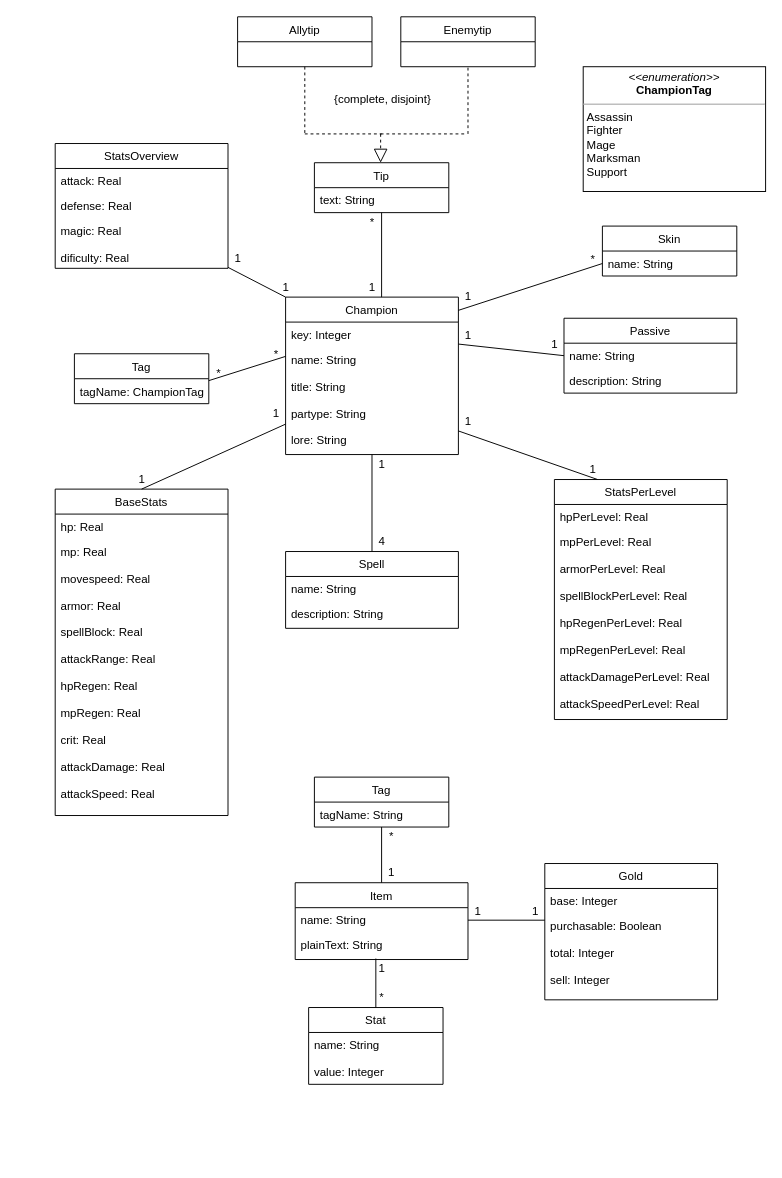
This is docs/UML.drawio from MiNeves00/PRI2021, a draw.io file, before an edit. Source tidied: cells renumbered, new cells numbered last; positions are measured from the earlier drawing's top-left corner, leaving out a move shared by most shapes. Both pictures are drawn from the tidied source at 96%, with x=0, y=0 at pixel (55, 16).
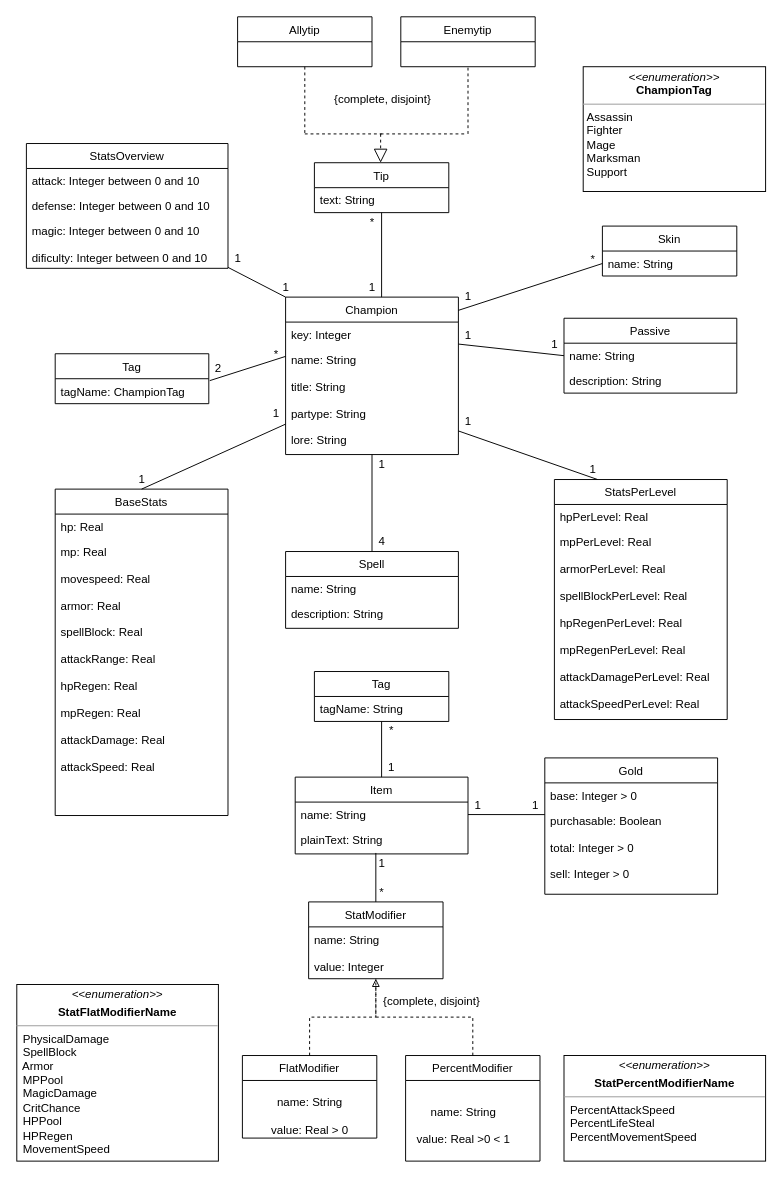
After the change.

Commit message (it also covers changes not shown here):
Improved Pipeline and UML

Unchanged cells that the change refers to:
```xml
<mxCell id="4" value="name: String&#10;&#10;title: String&#10;&#10;partype: String&#10;&#10;lore: String&#10;&#10;" style="text;strokeColor=none;fillColor=none;align=left;verticalAlign=top;spacingLeft=4;spacingRight=4;overflow=hidden;points=[[0,0.5],[1,0.5]];portConstraint=eastwest;" parent="2" vertex="1">
  <mxGeometry y="52" width="180" height="112" as="geometry" />
</mxCell>
<mxCell id="22" value="BaseStats" style="swimlane;fontStyle=0;horizontal=1;startSize=26;fillColor=none;" parent="1" vertex="1">
  <mxGeometry y="492" width="180" height="340" as="geometry" />
</mxCell>
```

What changed in the source:
```diff
@@
     <mxCell id="7" value="Tag" style="swimlane;fontStyle=0;horizontal=1;startSize=26;fillColor=none;" parent="1" vertex="1">
-      <mxGeometry x="20" y="351" width="140" height="52" as="geometry" />
+      <mxGeometry y="351" width="160" height="52" as="geometry" />
     </mxCell>
     <mxCell id="8" value="tagName: ChampionTag" style="text;strokeColor=none;fillColor=none;align=left;verticalAlign=top;spacingLeft=4;spacingRight=4;overflow=hidden;" parent="7" vertex="1">
-      <mxGeometry y="26" width="140" height="26" as="geometry" />
+      <mxGeometry y="26" width="160" height="26" as="geometry" />
     </mxCell>
@@
-    <mxCell id="10" style="endArrow=none;html=1;rounded=0;exitX=0;exitY=0.85;exitDx=0;exitDy=0;exitPerimeter=0;entryX=0;entryY=0.087;entryDx=0;entryDy=0;entryPerimeter=0;" parent="1" edge="1" source="11" target="4">
-      <mxGeometry relative="1" as="geometry" />
+    <mxCell id="10" style="endArrow=none;html=1;rounded=0;exitX=0;exitY=0.85;exitDx=0;exitDy=0;exitPerimeter=0;entryX=0;entryY=0.087;entryDx=0;entryDy=0;entryPerimeter=0;" parent="1" edge="1" target="4">
+      <mxGeometry relative="1" as="geometry">
+        <mxPoint x="161" y="379" as="sourcePoint" />
+      </mxGeometry>
     </mxCell>
-    <mxCell id="11" value="*" style="text;html=1;align=center;verticalAlign=middle;points=[];strokeColor=none;fillColor=none;" parent="1" vertex="1">
-      <mxGeometry x="160" y="362" width="20" height="20" as="geometry" />
-    </mxCell>
@@
     <mxCell id="15" value="StatsOverview" style="swimlane;fontStyle=0;horizontal=1;startSize=26;fillColor=none;" parent="1" vertex="1">
-      <mxGeometry y="132" width="180" height="130" as="geometry" />
+      <mxGeometry x="-30" y="132" width="210" height="130" as="geometry" />
     </mxCell>
-    <mxCell id="16" value="attack: Real" style="text;strokeColor=none;fillColor=none;align=left;verticalAlign=top;spacingLeft=4;spacingRight=4;overflow=hidden;" parent="15" vertex="1">
-      <mxGeometry y="26" width="180" height="26" as="geometry" />
+    <mxCell id="16" value="attack: Integer between 0 and 10" style="text;strokeColor=none;fillColor=none;align=left;verticalAlign=top;spacingLeft=4;spacingRight=4;overflow=hidden;" parent="15" vertex="1">
+      <mxGeometry y="26" width="210" height="26" as="geometry" />
     </mxCell>
-    <mxCell id="17" value="defense: Real" style="text;strokeColor=none;fillColor=none;align=left;verticalAlign=top;spacingLeft=4;spacingRight=4;overflow=hidden;" parent="15" vertex="1">
-      <mxGeometry y="52" width="180" height="26" as="geometry" />
+    <mxCell id="17" value="defense: Integer between 0 and 10" style="text;strokeColor=none;fillColor=none;align=left;verticalAlign=top;spacingLeft=4;spacingRight=4;overflow=hidden;" parent="15" vertex="1">
+      <mxGeometry y="52" width="210" height="26" as="geometry" />
     </mxCell>
-    <mxCell id="18" value="magic: Real&#10;&#10;dificulty: Real&#10;&#10;" style="text;strokeColor=none;fillColor=none;align=left;verticalAlign=top;spacingLeft=4;spacingRight=4;overflow=hidden;points=[[0,0.5],[1,0.5]];portConstraint=eastwest;" parent="15" vertex="1">
-      <mxGeometry y="78" width="180" height="52" as="geometry" />
+    <mxCell id="18" value="magic: Integer between 0 and 10&#10;&#10;dificulty: Integer between 0 and 10&#10;&#10;" style="text;strokeColor=none;fillColor=none;align=left;verticalAlign=top;spacingLeft=4;spacingRight=4;overflow=hidden;points=[[0,0.5],[1,0.5]];portConstraint=eastwest;" parent="15" vertex="1">
+      <mxGeometry y="78" width="210" height="52" as="geometry" />
     </mxCell>
@@
-    <mxCell id="24" value="mp: Real&#10;&#10;movespeed: Real&#10;&#10;armor: Real&#10;&#10;spellBlock: Real&#10;&#10;attackRange: Real&#10;&#10;hpRegen: Real&#10;&#10;mpRegen: Real&#10;&#10;crit: Real&#10;&#10;attackDamage: Real&#10;&#10;attackSpeed: Real&#10;&#10;&#10;&#10;&#10;&#10;&#10;" style="text;strokeColor=none;fillColor=none;align=left;verticalAlign=top;spacingLeft=4;spacingRight=4;overflow=hidden;" parent="22" vertex="1">
+    <mxCell id="24" value="mp: Real&#10;&#10;movespeed: Real&#10;&#10;armor: Real&#10;&#10;spellBlock: Real&#10;&#10;attackRange: Real&#10;&#10;hpRegen: Real&#10;&#10;mpRegen: Real&#10;&#10;attackDamage: Real&#10;&#10;attackSpeed: Real&#10;&#10;&#10;&#10;&#10;&#10;&#10;" style="text;strokeColor=none;fillColor=none;align=left;verticalAlign=top;spacingLeft=4;spacingRight=4;overflow=hidden;" parent="22" vertex="1">
       <mxGeometry y="52" width="180" height="288" as="geometry" />
     </mxCell>
@@
     <mxCell id="33" value="Item" style="swimlane;fontStyle=0;horizontal=1;startSize=26;fillColor=none;" parent="1" vertex="1">
-      <mxGeometry x="250" y="902" width="180" height="80" as="geometry" />
+      <mxGeometry x="250" y="792" width="180" height="80" as="geometry" />
     </mxCell>
@@
     <mxCell id="42" value="Gold" style="swimlane;fontStyle=0;horizontal=1;startSize=26;fillColor=none;" parent="1" vertex="1">
-      <mxGeometry x="510" y="882" width="180" height="142" as="geometry" />
+      <mxGeometry x="510" y="772" width="180" height="142" as="geometry" />
     </mxCell>
-    <mxCell id="43" value="base: Integer" style="text;strokeColor=none;fillColor=none;align=left;verticalAlign=top;spacingLeft=4;spacingRight=4;overflow=hidden;" parent="42" vertex="1">
+    <mxCell id="43" value="base: Integer &gt; 0" style="text;strokeColor=none;fillColor=none;align=left;verticalAlign=top;spacingLeft=4;spacingRight=4;overflow=hidden;" parent="42" vertex="1">
       <mxGeometry y="26" width="180" height="26" as="geometry" />
     </mxCell>
-    <mxCell id="44" value="purchasable: Boolean&#10;&#10;total: Integer&#10;&#10;sell: Integer" style="text;strokeColor=none;fillColor=none;align=left;verticalAlign=top;spacingLeft=4;spacingRight=4;overflow=hidden;points=[[0,0.5],[1,0.5]];portConstraint=eastwest;" parent="42" vertex="1">
+    <mxCell id="44" value="purchasable: Boolean&#10;&#10;total: Integer &gt; 0&#10;&#10;sell: Integer &gt; 0" style="text;strokeColor=none;fillColor=none;align=left;verticalAlign=top;spacingLeft=4;spacingRight=4;overflow=hidden;points=[[0,0.5],[1,0.5]];portConstraint=eastwest;" parent="42" vertex="1">
       <mxGeometry y="52" width="180" height="88" as="geometry" />
     </mxCell>
@@
     <mxCell id="47" value="1" style="text;html=1;align=center;verticalAlign=middle;strokeColor=none;fillColor=none;" parent="1" vertex="1">
-      <mxGeometry x="430" y="922" width="20" height="20" as="geometry" />
+      <mxGeometry x="430" y="812" width="20" height="20" as="geometry" />
     </mxCell>
     <mxCell id="48" value="1" style="text;html=1;align=center;verticalAlign=middle;strokeColor=none;fillColor=none;" parent="1" vertex="1">
-      <mxGeometry x="490" y="922" width="20" height="20" as="geometry" />
+      <mxGeometry x="490" y="812" width="20" height="20" as="geometry" />
     </mxCell>
     <mxCell id="49" value="Tag" style="swimlane;fontStyle=0;horizontal=1;startSize=26;fillColor=none;" parent="1" vertex="1">
-      <mxGeometry x="270" y="792" width="140" height="52" as="geometry" />
+      <mxGeometry x="270" y="682" width="140" height="52" as="geometry" />
     </mxCell>
@@
     <mxCell id="52" value="*" style="text;html=1;align=center;verticalAlign=middle;strokeColor=none;fillColor=none;" parent="1" vertex="1">
-      <mxGeometry x="340" y="844" width="20" height="20" as="geometry" />
+      <mxGeometry x="340" y="734" width="20" height="20" as="geometry" />
     </mxCell>
     <mxCell id="53" value="1" style="text;html=1;align=center;verticalAlign=middle;strokeColor=none;fillColor=none;" parent="1" vertex="1">
-      <mxGeometry x="340" y="882" width="20" height="20" as="geometry" />
+      <mxGeometry x="340" y="772" width="20" height="20" as="geometry" />
     </mxCell>
-    <mxCell id="54" value="Stat" style="swimlane;fontStyle=0;horizontal=1;startSize=26;fillColor=none;" parent="1" vertex="1">
-      <mxGeometry x="264" y="1032" width="140" height="80" as="geometry" />
+    <mxCell id="54" value="StatModifier" style="swimlane;fontStyle=0;horizontal=1;startSize=26;fillColor=none;" parent="1" vertex="1">
+      <mxGeometry x="264" y="922" width="140" height="80" as="geometry" />
     </mxCell>
@@
     <mxCell id="56" style="endArrow=none;html=1;rounded=0;exitX=0.5;exitY=0;exitDx=0;exitDy=0;startArrow=none;" parent="1" edge="1" source="54">
       <mxGeometry relative="1" as="geometry">
-        <mxPoint x="334" y="981" as="targetPoint" />
+        <mxPoint x="334" y="871" as="targetPoint" />
       </mxGeometry>
     </mxCell>
     <mxCell id="57" value="1" style="text;html=1;align=center;verticalAlign=middle;strokeColor=none;fillColor=none;" parent="1" vertex="1">
-      <mxGeometry x="330" y="982" width="20" height="20" as="geometry" />
+      <mxGeometry x="330" y="872" width="20" height="20" as="geometry" />
     </mxCell>
     <mxCell id="58" value="*" style="text;html=1;align=center;verticalAlign=middle;points=[];strokeColor=none;fillColor=none;" parent="1" vertex="1">
-      <mxGeometry x="330" y="1012" width="20" height="20" as="geometry" />
+      <mxGeometry x="330" y="902" width="20" height="20" as="geometry" />
     </mxCell>
@@
+    <mxCell id="82" value="2" style="text;html=1;strokeColor=none;fillColor=none;align=center;verticalAlign=middle;whiteSpace=wrap;rounded=0;" parent="1" vertex="1">
+      <mxGeometry x="140" y="351" width="60" height="30" as="geometry" />
+    </mxCell>
+    <mxCell id="83" value="&lt;p style=&quot;margin: 0px ; margin-top: 4px ; text-align: center&quot;&gt;&lt;i&gt;&amp;lt;&amp;lt;enumeration&amp;gt;&amp;gt;&lt;/i&gt;&lt;/p&gt;&lt;p style=&quot;margin: 0px ; margin-top: 4px ; text-align: center&quot;&gt;&lt;b&gt;StatFlatModifierName&lt;/b&gt;&lt;br&gt;&lt;/p&gt;&lt;hr size=&quot;1&quot;&gt;&lt;div&gt;&amp;nbsp; PhysicalDamage&lt;/div&gt;&lt;div&gt;&amp;nbsp; SpellBlock&lt;/div&gt;&lt;div&gt;&amp;nbsp; Armor&lt;/div&gt;&lt;div&gt;&amp;nbsp; MPPool&lt;/div&gt;&lt;div&gt;&amp;nbsp; MagicDamage&lt;/div&gt;&lt;div&gt;&amp;nbsp; CritChance&lt;/div&gt;&lt;div&gt;&amp;nbsp; HPPool&lt;/div&gt;&lt;div&gt;&amp;nbsp; HPRegen&lt;/div&gt;&lt;div&gt;&amp;nbsp; MovementSpeed&lt;br&gt;&lt;/div&gt;&lt;p style=&quot;margin: 0px ; margin-left: 4px&quot;&gt;&lt;br&gt;&lt;/p&gt;&lt;p style=&quot;margin: 0px ; margin-left: 4px&quot;&gt;&lt;br&gt;&lt;/p&gt;&lt;p style=&quot;margin: 0px ; margin-left: 4px&quot;&gt;&lt;br&gt;&lt;/p&gt;&lt;p style=&quot;margin: 0px ; margin-left: 4px&quot;&gt;&lt;br&gt;&lt;/p&gt;&lt;p style=&quot;margin: 0px ; margin-left: 4px&quot;&gt;&lt;br&gt;&lt;/p&gt;&lt;hr size=&quot;1&quot;&gt;&lt;p style=&quot;margin: 0px ; margin-left: 4px&quot;&gt;&lt;br&gt;&lt;/p&gt;" style="verticalAlign=top;align=left;overflow=fill;fontSize=12;fontFamily=Helvetica;html=1;" parent="1" vertex="1">
+      <mxGeometry x="-40" y="1008" width="210" height="184" as="geometry" />
+    </mxCell>
+    <mxCell id="84" value="FlatModifier" style="swimlane;fontStyle=0;horizontal=1;startSize=26;fillColor=none;" parent="1" vertex="1">
+      <mxGeometry x="195" y="1082" width="140" height="86" as="geometry" />
+    </mxCell>
+    <mxCell id="85" value="&lt;br&gt;name: String&lt;br&gt;&lt;br&gt;value: Real &amp;gt; 0&lt;br&gt;" style="text;html=1;align=center;verticalAlign=middle;strokeColor=none;fillColor=none;" parent="84" vertex="1">
+      <mxGeometry y="26" width="140" height="60" as="geometry" />
+    </mxCell>
+    <mxCell id="86" value="PercentModifier" style="swimlane;fontStyle=0;horizontal=1;startSize=26;fillColor=none;" parent="1" vertex="1">
+      <mxGeometry x="365" y="1082" width="140" height="110" as="geometry" />
+    </mxCell>
+    <mxCell id="87" value="&lt;div style=&quot;text-align: center&quot;&gt;&lt;span&gt;&lt;font face=&quot;helvetica&quot;&gt;{complete, disjoint}&lt;/font&gt;&lt;/span&gt;&lt;/div&gt;" style="text;whiteSpace=wrap;html=1;" parent="1" vertex="1">
+      <mxGeometry x="340" y="1012" width="110" height="30" as="geometry" />
+    </mxCell>
+    <mxCell id="88" value="&lt;br&gt;name: String&lt;br&gt;&lt;br&gt;value: Real &amp;gt;0 &amp;lt; 1&lt;br&gt;" style="text;html=1;align=center;verticalAlign=middle;strokeColor=none;fillColor=none;" parent="1" vertex="1">
+      <mxGeometry x="370" y="1118" width="110" height="60" as="geometry" />
+    </mxCell>
+    <mxCell id="89" style="endArrow=block;dashed=1;html=1;rounded=0;exitX=0.5;exitY=0;exitDx=0;exitDy=0;entryX=0.5;entryY=1;entryDx=0;entryDy=0;strokeColor=default;endFill=0;" parent="1" edge="1" source="84" target="54">
+      <mxGeometry relative="1" as="geometry">
+        <Array as="points">
+          <mxPoint x="265" y="1042" />
+          <mxPoint x="334" y="1042" />
+        </Array>
+      </mxGeometry>
+    </mxCell>
+    <mxCell id="90" style="endArrow=none;dashed=1;html=1;rounded=0;strokeColor=default;exitX=0.5;exitY=0;exitDx=0;exitDy=0;entryX=0.5;entryY=1;entryDx=0;entryDy=0;" parent="1" edge="1" source="86" target="54">
+      <mxGeometry relative="1" as="geometry">
+        <Array as="points">
+          <mxPoint x="435" y="1042" />
+          <mxPoint x="334" y="1042" />
+        </Array>
+      </mxGeometry>
+    </mxCell>
+    <mxCell id="91" value="&lt;p style=&quot;margin: 0px ; margin-top: 4px ; text-align: center&quot;&gt;&lt;i&gt;&amp;lt;&amp;lt;enumeration&amp;gt;&amp;gt;&lt;/i&gt;&lt;/p&gt;&lt;p style=&quot;margin: 0px ; margin-top: 4px ; text-align: center&quot;&gt;&lt;b&gt;StatPercentModifierName&lt;/b&gt;&lt;br&gt;&lt;/p&gt;&lt;hr size=&quot;1&quot;&gt;&lt;div&gt;&amp;nbsp; PercentAttackSpeed&lt;/div&gt;&lt;div&gt;&amp;nbsp; PercentLifeSteal&lt;/div&gt;&lt;div&gt;&amp;nbsp; PercentMovementSpeed&lt;/div&gt;&lt;br&gt;&lt;p style=&quot;margin: 0px ; margin-left: 4px&quot;&gt;&lt;br&gt;&lt;/p&gt;&lt;p style=&quot;margin: 0px ; margin-left: 4px&quot;&gt;&lt;br&gt;&lt;/p&gt;&lt;p style=&quot;margin: 0px ; margin-left: 4px&quot;&gt;&lt;br&gt;&lt;/p&gt;&lt;p style=&quot;margin: 0px ; margin-left: 4px&quot;&gt;&lt;br&gt;&lt;/p&gt;&lt;p style=&quot;margin: 0px ; margin-left: 4px&quot;&gt;&lt;br&gt;&lt;/p&gt;&lt;hr size=&quot;1&quot;&gt;&lt;p style=&quot;margin: 0px ; margin-left: 4px&quot;&gt;&lt;br&gt;&lt;/p&gt;" style="verticalAlign=top;align=left;overflow=fill;fontSize=12;fontFamily=Helvetica;html=1;" parent="1" vertex="1">
+      <mxGeometry x="530" y="1082" width="210" height="110" as="geometry" />
+    </mxCell>
```
